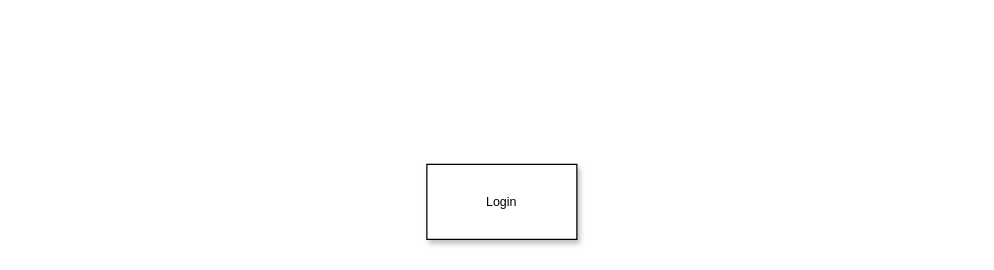
This is page "Homepage" (2 of 4) of Planning/project.drawio from teshome28sara/Got_Milk-, a draw.io file, before an edit. Source tidied: cells renumbered, new cells numbered last; positions are measured from the earlier drawing's top-left corner, leaving out a move shared by most shapes. Both pictures are drawn from the tidied source at 125%, with x=0, y=0 at pixel (426, 164).
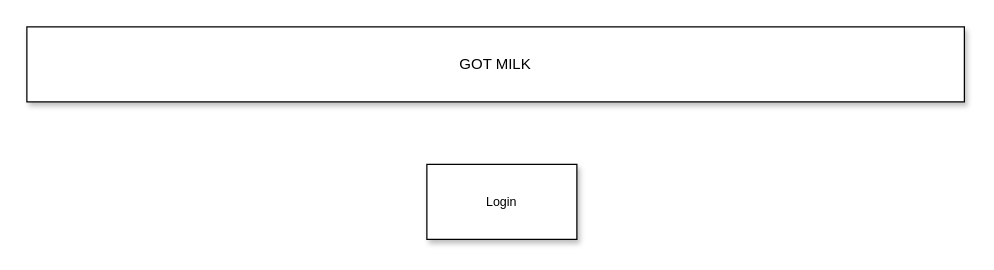
After the change.

Diff of the diagram source:
```diff
@@
 <mxGraphModel>
   <root>
     <mxCell id="0" />
     <mxCell id="1" parent="0" />
     <mxCell id="2" value="Login" style="rounded=0;whiteSpace=wrap;html=1;shadow=1;fontSize=10;" parent="1" vertex="1">
       <mxGeometry width="120" height="60" as="geometry" />
     </mxCell>
+    <mxCell id="3" value="GOT MILK" style="rounded=0;whiteSpace=wrap;html=1;shadow=1;" parent="1" vertex="1">
+      <mxGeometry x="-320" y="-110" width="750" height="60" as="geometry" />
+    </mxCell>
   </root>
 </mxGraphModel>
```
